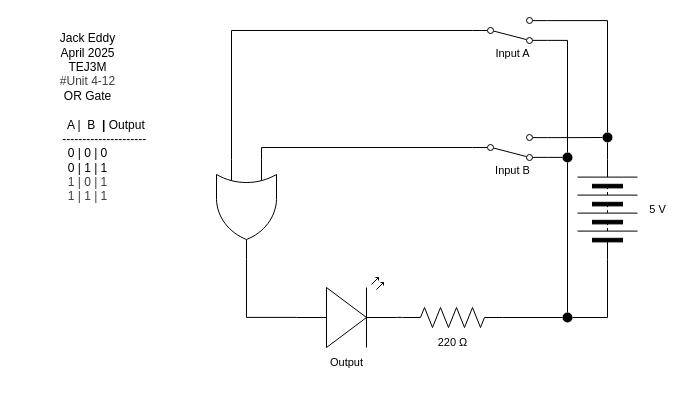
This is Unit4-12.drawio from Jack-Eddy/TEJ3M-Unit4, a draw.io file, before an edit. Source tidied: cells renumbered, new cells numbered last; positions are measured from the earlier drawing's top-left corner, leaving out a move shared by most shapes. Both pictures are drawn from the tidied source at 100%, with x=0, y=0 at pixel (17, 17).
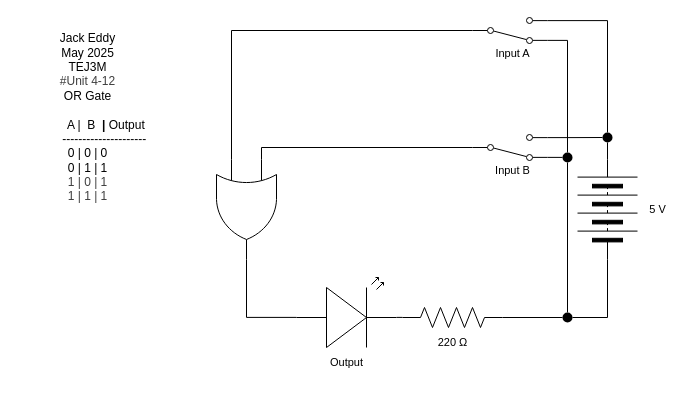
The same diagram, later.

What changed in the source:
```diff
@@
-    <mxCell id="24" value="Jack Eddy&lt;div&gt;&lt;font color=&quot;#000000&quot;&gt;April 2025&lt;br&gt;&lt;/font&gt;&lt;div&gt;&lt;span style=&quot;background-color: transparent;&quot;&gt;TEJ3M&lt;/span&gt;&lt;/div&gt;&lt;/div&gt;&lt;div&gt;&lt;div style=&quot;color: rgb(63, 63, 63);&quot;&gt;#Unit 4-12&lt;/div&gt;&lt;/div&gt;&lt;div&gt;OR Gate&lt;/div&gt;&lt;div&gt;&lt;br&gt;&lt;/div&gt;&lt;div&gt;&amp;nbsp; &amp;nbsp; &amp;nbsp; &amp;nbsp; &amp;nbsp; &amp;nbsp;A |&amp;nbsp; B&amp;nbsp;&amp;nbsp;&lt;b&gt;|&lt;/b&gt; Output&lt;/div&gt;&lt;div&gt;&amp;nbsp; &amp;nbsp; &amp;nbsp; &amp;nbsp; &amp;nbsp; -------&lt;span style=&quot;background-color: transparent;&quot;&gt;--------------&lt;/span&gt;&lt;/div&gt;&lt;div&gt;0 | 0 | 0&lt;/div&gt;&lt;div&gt;0 | 1 | 1&lt;/div&gt;&lt;div&gt;&lt;div style=&quot;color: rgb(63, 63, 63); scrollbar-color: rgb(226, 226, 226) rgb(251, 251, 251);&quot;&gt;1 | 0 | 1&lt;/div&gt;&lt;div style=&quot;color: rgb(63, 63, 63); scrollbar-color: rgb(226, 226, 226) rgb(251, 251, 251);&quot;&gt;1 | 1 | 1&lt;/div&gt;&lt;/div&gt;" style="text;html=1;align=center;verticalAlign=middle;strokeColor=none;fillColor=none;" parent="1" vertex="1">
+    <mxCell id="24" value="Jack Eddy&lt;div&gt;&lt;font color=&quot;#000000&quot;&gt;May 2025&lt;br&gt;&lt;/font&gt;&lt;div&gt;&lt;span style=&quot;background-color: transparent;&quot;&gt;TEJ3M&lt;/span&gt;&lt;/div&gt;&lt;/div&gt;&lt;div&gt;&lt;div style=&quot;color: rgb(63, 63, 63);&quot;&gt;#Unit 4-12&lt;/div&gt;&lt;/div&gt;&lt;div&gt;OR Gate&lt;/div&gt;&lt;div&gt;&lt;br&gt;&lt;/div&gt;&lt;div&gt;&amp;nbsp; &amp;nbsp; &amp;nbsp; &amp;nbsp; &amp;nbsp; &amp;nbsp;A |&amp;nbsp; B&amp;nbsp;&amp;nbsp;&lt;b&gt;|&lt;/b&gt; Output&lt;/div&gt;&lt;div&gt;&amp;nbsp; &amp;nbsp; &amp;nbsp; &amp;nbsp; &amp;nbsp; -------&lt;span style=&quot;background-color: transparent;&quot;&gt;--------------&lt;/span&gt;&lt;/div&gt;&lt;div&gt;0 | 0 | 0&lt;/div&gt;&lt;div&gt;0 | 1 | 1&lt;/div&gt;&lt;div&gt;&lt;div style=&quot;color: rgb(63, 63, 63); scrollbar-color: rgb(226, 226, 226) rgb(251, 251, 251);&quot;&gt;1 | 0 | 1&lt;/div&gt;&lt;div style=&quot;color: rgb(63, 63, 63); scrollbar-color: rgb(226, 226, 226) rgb(251, 251, 251);&quot;&gt;1 | 1 | 1&lt;/div&gt;&lt;/div&gt;" style="text;html=1;align=center;verticalAlign=middle;strokeColor=none;fillColor=none;" parent="1" vertex="1">
       <mxGeometry y="5" width="140" height="190" as="geometry" />
     </mxCell>
```
